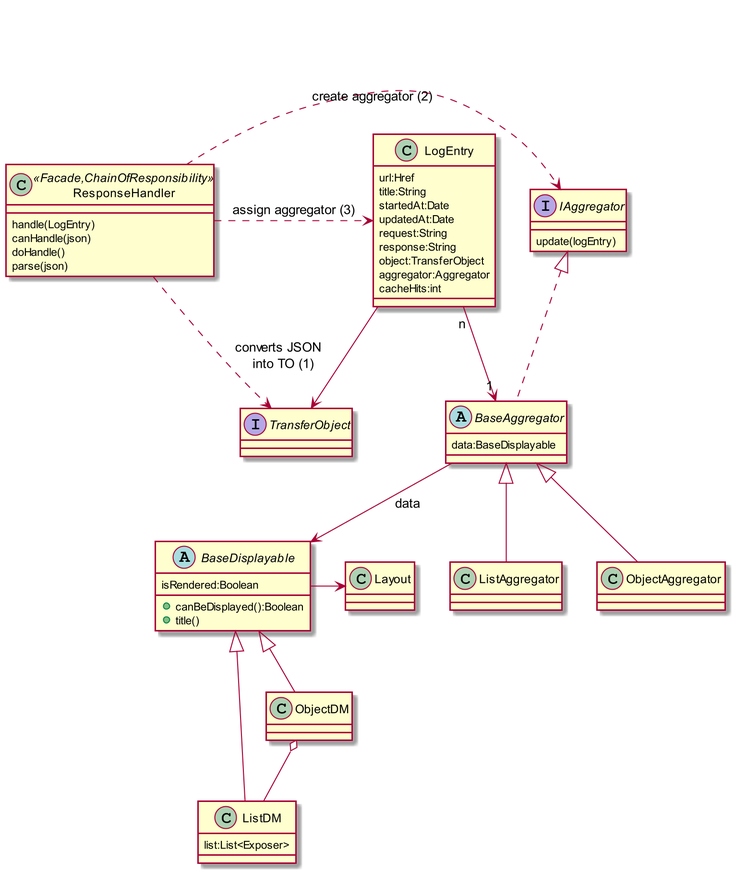
Before: incubator/clients/kroviz/adoc/modules/kroviz/partials/design/uml-aggregator.png, a diagram exported from PlantUML (apache/causeway). Its diagram source:
```plantuml
@startuml
skinparam dpi 200


class LogEntry {
    url:Href
    title:String
    startedAt:Date
    updatedAt:Date
    request:String
    response:String
    object:TransferObject
    aggregator:Aggregator
    cacheHits:int
}
LogEntry --> TransferObject
LogEntry "n" --> "1" BaseAggregator

class ResponseHandler<<Facade,ChainOfResponsibility>>{
    handle(LogEntry)
    canHandle(json)
    doHandle()
    parse(json)
}
ResponseHandler .> TransferObject : converts JSON \n into TO (1)
ResponseHandler .> IAggregator : create aggregator (2)
ResponseHandler .> LogEntry  : assign aggregator (3)

interface TransferObject

interface IAggregator {
    update(logEntry)
}

abstract class BaseAggregator {
    data:BaseDisplayable
}

IAggregator <|.. BaseAggregator
BaseAggregator <|-- ListAggregator
BaseAggregator <|-- ObjectAggregator
BaseAggregator --> BaseDisplayable : data


abstract class BaseDisplayable {
    isRendered:Boolean
    +canBeDisplayed():Boolean
    +title()
}

class ListDM {
    list:List<Exposer>
}

BaseDisplayable -> Layout
BaseDisplayable <|-- ListDM
BaseDisplayable <|-- ObjectDM

ObjectDM o-- ListDM

@enduml
```
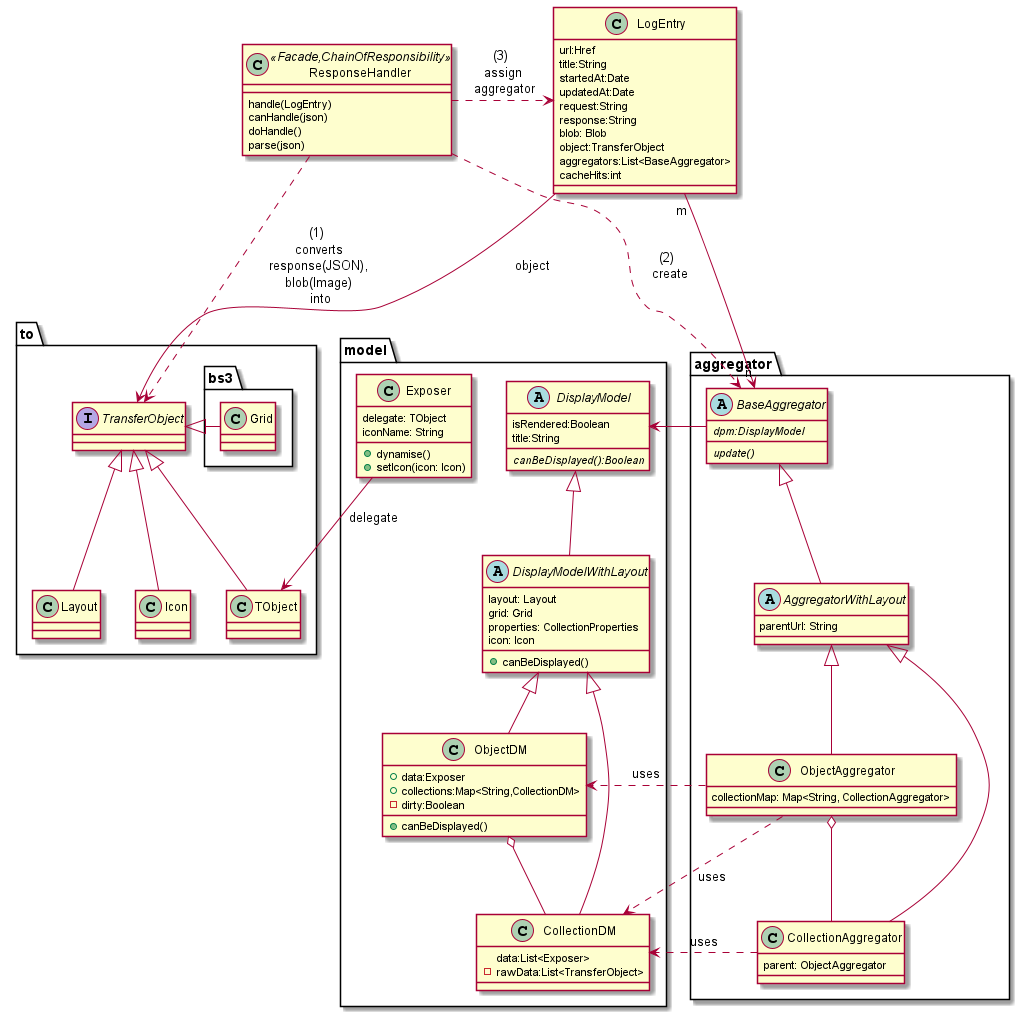
The same file after the commit.

What changed in the source:
```diff
@@ -1,6 +1,4 @@
 @startuml
-skinparam dpi 200
-
 
 class LogEntry {
     url:Href
@@ -9,12 +7,11 @@
     updatedAt:Date
     request:String
     response:String
+    blob: Blob
     object:TransferObject
-    aggregator:Aggregator
+    aggregators:List<BaseAggregator>
     cacheHits:int
 }
-LogEntry --> TransferObject
-LogEntry "n" --> "1" BaseAggregator
 
 class ResponseHandler<<Facade,ChainOfResponsibility>>{
     handle(LogEntry)
@@ -22,40 +19,94 @@
     doHandle()
     parse(json)
 }
-ResponseHandler .> TransferObject : converts JSON \n into TO (1)
-ResponseHandler .> IAggregator : create aggregator (2)
-ResponseHandler .> LogEntry  : assign aggregator (3)
 
-interface TransferObject
+package "to" {
+    interface TransferObject {}
+    TransferObject <|-- Layout
+    TransferObject <|-- TObject
+    TransferObject <|-- Icon
 
-interface IAggregator {
-    update(logEntry)
+    package "bs3" {
+        class Grid{}
+    }
+    TransferObject <|- Grid
 }
 
-abstract class BaseAggregator {
-    data:BaseDisplayable
+package "aggregator" {
+    abstract class BaseAggregator {
+        {abstract} dpm:DisplayModel
+        {abstract} update()
+    }
+
+    abstract class AggregatorWithLayout {
+        parentUrl: String
+    }
+    BaseAggregator <|-- AggregatorWithLayout
+
+    class CollectionAggregator{
+        parent: ObjectAggregator
+    }
+
+    class ObjectAggregator {
+        collectionMap: Map<String, CollectionAggregator>
+    }
+    ObjectAggregator o-- CollectionAggregator
+
+    AggregatorWithLayout <|-- CollectionAggregator
+    AggregatorWithLayout <|-- ObjectAggregator
 }
 
-IAggregator <|.. BaseAggregator
-BaseAggregator <|-- ListAggregator
-BaseAggregator <|-- ObjectAggregator
-BaseAggregator --> BaseDisplayable : data
+package "model" {
+    class Exposer {
+        delegate: TObject
+        iconName: String
+        + dynamise()
+        + setIcon(icon: Icon)
+    }
 
+    abstract class DisplayModel {
+        isRendered:Boolean
+        title:String
+        {abstract} canBeDisplayed():Boolean
+    }
 
-abstract class BaseDisplayable {
-    isRendered:Boolean
-    +canBeDisplayed():Boolean
-    +title()
+    abstract class DisplayModelWithLayout {
+        layout: Layout
+        grid: Grid
+        properties: CollectionProperties
+        icon: Icon
+        + canBeDisplayed()
+    }
+
+    class ObjectDM {
+        + data:Exposer
+        + collections:Map<String,CollectionDM>
+        - dirty:Boolean
+        + canBeDisplayed()
+    }
+
+    class CollectionDM {
+        data:List<Exposer>
+        - rawData:List<TransferObject>
+    }
+
+    DisplayModel <|-- DisplayModelWithLayout
+    DisplayModelWithLayout <|-- CollectionDM
+    DisplayModelWithLayout <|-- ObjectDM
+    ObjectDM o-- CollectionDM
 }
 
-class ListDM {
-    list:List<Exposer>
-}
+ResponseHandler .> TransferObject : (1) \n converts \n response(JSON), \n blob(Image) \n into
+ResponseHandler .> BaseAggregator : (2) \n create
+ResponseHandler .> LogEntry  : (3) \n assign \n aggregator
 
-BaseDisplayable -> Layout
-BaseDisplayable <|-- ListDM
-BaseDisplayable <|-- ObjectDM
+BaseAggregator -> DisplayModel
+CollectionAggregator .> CollectionDM : uses
+ObjectAggregator .> ObjectDM : uses
+ObjectAggregator .> CollectionDM : uses
 
-ObjectDM o-- ListDM
+LogEntry -->   TransferObject : object
+LogEntry "m" --> "n" BaseAggregator
+Exposer  -> TObject : delegate
 
 @enduml
```
